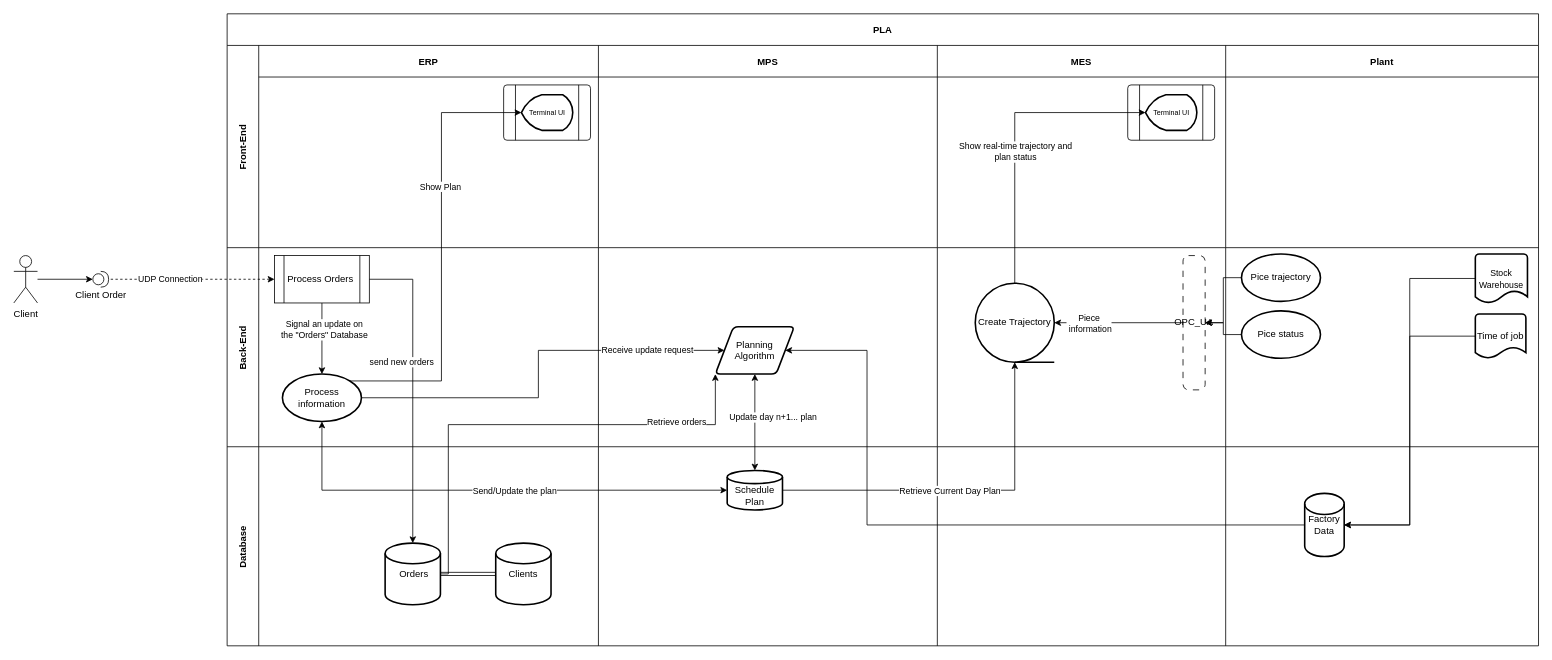
Above: page "Flow-chart" (1 of 8) of PLA_APP_Diagrams.drawio in gpizzigh-bit/Automation-of-a-Production-Line (draw.io), before the change. Source tidied: cells renumbered, new cells numbered last; positions are measured from the earlier drawing's top-left corner, leaving out a move shared by most shapes. Both pictures are drawn from the tidied source at 79%, with x=0, y=0 at pixel (13, 13).
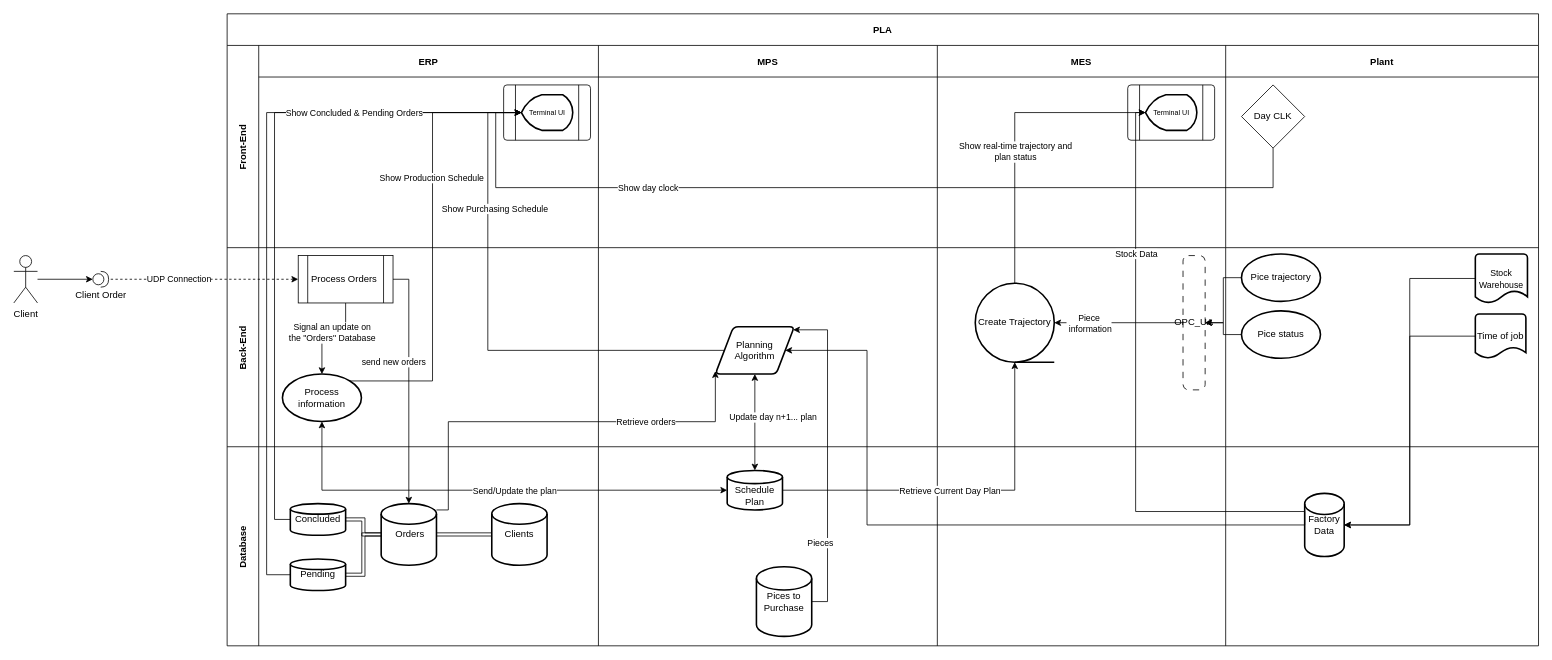
The same page after the edit.

Unchanged cells that the change refers to:
```xml
<mxCell id="2" value="PLA" style="shape=table;childLayout=tableLayout;startSize=40;fillColor=none;fontStyle=1;" parent="1" vertex="1">
  <mxGeometry x="270" width="1660" height="800" as="geometry" />
</mxCell>
<mxCell id="3" value="Front-End" style="shape=tableRow;horizontal=0;swimlaneHead=0;swimlaneBody=0;top=0;left=0;bottom=0;right=0;fillColor=none;startSize=40;fontStyle=1;" parent="2" vertex="1">
  <mxGeometry y="40" width="1660" height="256" as="geometry" />
</mxCell>
<mxCell id="7" value="&lt;font style=&quot;font-size: 9px;&quot;&gt;Terminal UI&lt;/font&gt;" style="strokeWidth=2;html=1;shape=mxgraph.flowchart.display;whiteSpace=wrap;" parent="5" vertex="1">
  <mxGeometry x="22.5" y="12.5" width="65" height="45" as="geometry" />
</mxCell>
<mxCell id="13" value="&lt;font style=&quot;font-size: 9px;&quot;&gt;Terminal UI&lt;/font&gt;" style="strokeWidth=2;html=1;shape=mxgraph.flowchart.display;whiteSpace=wrap;" parent="11" vertex="1">
  <mxGeometry x="22.5" y="12.5" width="65" height="45" as="geometry" />
</mxCell>
<mxCell id="14" value="Plant" style="swimlane;swimlaneHead=0;swimlaneBody=0;fillColor=none;startSize=40;fontStyle=1;" parent="3" vertex="1">
  <mxGeometry x="1264" width="396" height="256" as="geometry" />
</mxCell>
<mxCell id="15" value="Back-End" style="shape=tableRow;horizontal=0;swimlaneHead=0;swimlaneBody=0;top=0;left=0;bottom=0;right=0;fillColor=none;startSize=40;fontStyle=1;" parent="2" vertex="1">
  <mxGeometry y="296" width="1660" height="252" as="geometry" />
</mxCell>
<mxCell id="16" style="swimlane;swimlaneHead=0;swimlaneBody=0;fillColor=none;startSize=0;fontStyle=1;" parent="15" vertex="1">
  <mxGeometry x="40" width="430" height="252" as="geometry" />
</mxCell>
<mxCell id="17" style="edgeStyle=orthogonalEdgeStyle;rounded=0;jettySize=auto;html=1;" parent="16" edge="1" source="19" target="20">
  <mxGeometry relative="1" as="geometry" />
</mxCell>
<mxCell id="20" value="Process information" style="strokeWidth=2;html=1;shape=mxgraph.flowchart.start_1;whiteSpace=wrap;" parent="16" vertex="1">
  <mxGeometry x="30" y="160" width="100" height="60" as="geometry" />
</mxCell>
<mxCell id="21" style="swimlane;swimlaneHead=0;swimlaneBody=0;fillColor=none;startSize=0;fontStyle=1;" parent="15" vertex="1">
  <mxGeometry x="470" width="429" height="252" as="geometry" />
</mxCell>
<mxCell id="22" value="Planning Algorithm" style="shape=parallelogram;html=1;strokeWidth=2;perimeter=parallelogramPerimeter;whiteSpace=wrap;rounded=1;arcSize=12;size=0.23;" parent="21" vertex="1">
  <mxGeometry x="148" y="100" width="100" height="60" as="geometry" />
</mxCell>
<mxCell id="38" style="swimlane;swimlaneHead=0;swimlaneBody=0;fillColor=none;startSize=0;fontStyle=1;" parent="37" vertex="1">
  <mxGeometry x="40" width="430" height="252" as="geometry" />
</mxCell>
<mxCell id="42" style="swimlane;swimlaneHead=0;swimlaneBody=0;fillColor=none;startSize=0;fontStyle=1;" parent="37" vertex="1">
  <mxGeometry x="470" width="429" height="252" as="geometry" />
</mxCell>
<mxCell id="46" value="Factory&lt;br&gt;Data" style="strokeWidth=2;html=1;shape=mxgraph.flowchart.database;whiteSpace=wrap;" parent="45" vertex="1">
  <mxGeometry x="100" y="59" width="50" height="80" as="geometry" />
</mxCell>
```

Change to the diagram source:
```diff
@@
+    <mxCell id="69" value="Day CLK" style="rhombus;whiteSpace=wrap;html=1;" parent="14" vertex="1">
+      <mxGeometry x="20" y="50" width="80" height="80" as="geometry" />
+    </mxCell>
+    <mxCell id="70" style="edgeStyle=orthogonalEdgeStyle;rounded=0;jettySize=auto;html=1;entryX=0;entryY=0.5;entryDx=0;entryDy=0;entryPerimeter=0;exitX=0.5;exitY=1;exitDx=0;exitDy=0;" parent="3" edge="1" source="69" target="7">
+      <mxGeometry relative="1" as="geometry">
+        <Array as="points">
+          <mxPoint x="1324" y="180" />
+          <mxPoint x="340" y="180" />
+          <mxPoint x="340" y="85" />
+        </Array>
+      </mxGeometry>
+    </mxCell>
+    <mxCell id="71" value="Show day clock" style="edgeLabel;html=1;align=center;verticalAlign=middle;" parent="70" vertex="1">
+      <mxGeometry x="0.45" relative="1" as="geometry" />
+    </mxCell>
@@
     <mxCell id="18" value="Signal an update on &lt;br&gt;the &quot;Orders&quot; Database" style="edgeLabel;html=1;align=center;verticalAlign=middle;" parent="17" vertex="1">
-      <mxGeometry x="-0.26" y="2" relative="1" as="geometry" />
+      <mxGeometry x="-0.26" y="2" relative="1" as="geometry">
+        <mxPoint x="-20" y="-7" as="offset" />
+      </mxGeometry>
     </mxCell>
     <mxCell id="19" value="Process Orders&amp;nbsp;" style="shape=process;whiteSpace=wrap;html=1;backgroundOutline=1;" parent="16" vertex="1">
-      <mxGeometry x="20" y="10" width="120" height="60" as="geometry" />
+      <mxGeometry x="50" y="10" width="120" height="60" as="geometry" />
     </mxCell>
@@
+    <mxCell id="62" style="edgeStyle=orthogonalEdgeStyle;rounded=0;orthogonalLoop=1;jettySize=auto;html=1;exitX=0;exitY=1;exitDx=0;exitDy=0;startArrow=classic;startFill=1;endArrow=none;endFill=0;entryX=1;entryY=0.15;entryDx=0;entryDy=0;entryPerimeter=0;" parent="21" edge="1">
+      <mxGeometry relative="1" as="geometry">
+        <mxPoint x="148" y="156.3" as="sourcePoint" />
+        <mxPoint x="-205" y="332" as="targetPoint" />
+        <Array as="points">
+          <mxPoint x="148" y="220.3" />
+          <mxPoint x="-190" y="220.3" />
+          <mxPoint x="-190" y="332.3" />
+        </Array>
+      </mxGeometry>
+    </mxCell>
+    <mxCell id="63" value="Retrieve orders" style="edgeLabel;html=1;align=center;verticalAlign=middle;" parent="62" vertex="1">
+      <mxGeometry x="-0.32" y="1" relative="1" as="geometry">
+        <mxPoint x="27" y="-1" as="offset" />
+      </mxGeometry>
+    </mxCell>
@@
-    <mxCell id="33" style="edgeStyle=orthogonalEdgeStyle;rounded=0;jettySize=auto;html=1;startArrow=none;startFill=0;" parent="15" edge="1" source="20" target="22">
-      <mxGeometry relative="1" as="geometry" />
-    </mxCell>
-    <mxCell id="34" value="Receive update request" style="edgeLabel;html=1;align=center;verticalAlign=middle;" parent="33" vertex="1">
-      <mxGeometry x="0.62" y="1" relative="1" as="geometry" />
-    </mxCell>
@@
+    <mxCell id="72" style="edgeStyle=orthogonalEdgeStyle;rounded=0;jettySize=auto;html=1;shape=link;" parent="38" edge="1" source="40" target="74">
+      <mxGeometry relative="1" as="geometry" />
+    </mxCell>
+    <mxCell id="73" style="edgeStyle=orthogonalEdgeStyle;rounded=0;jettySize=auto;html=1;entryX=1;entryY=0.5;entryDx=0;entryDy=0;entryPerimeter=0;shape=link;" parent="38" edge="1" source="40" target="75">
+      <mxGeometry relative="1" as="geometry" />
+    </mxCell>
     <mxCell id="40" value="&amp;nbsp;Orders" style="strokeWidth=2;html=1;shape=mxgraph.flowchart.database;whiteSpace=wrap;" parent="38" vertex="1">
-      <mxGeometry x="160" y="122" width="70" height="78" as="geometry" />
+      <mxGeometry x="155" y="72" width="70" height="78" as="geometry" />
     </mxCell>
     <mxCell id="41" value="Clients" style="strokeWidth=2;html=1;shape=mxgraph.flowchart.database;whiteSpace=wrap;" parent="38" vertex="1">
-      <mxGeometry x="300" y="122" width="70" height="78" as="geometry" />
+      <mxGeometry x="295" y="72" width="70" height="78" as="geometry" />
     </mxCell>
+    <mxCell id="74" value="Concluded" style="strokeWidth=2;html=1;shape=mxgraph.flowchart.database;whiteSpace=wrap;" parent="38" vertex="1">
+      <mxGeometry x="40" y="72" width="70" height="40" as="geometry" />
+    </mxCell>
+    <mxCell id="75" value="Pending" style="strokeWidth=2;html=1;shape=mxgraph.flowchart.database;whiteSpace=wrap;" parent="38" vertex="1">
+      <mxGeometry x="40" y="142" width="70" height="40" as="geometry" />
+    </mxCell>
@@
+    <mxCell id="76" value="Pices to Purchase" style="strokeWidth=2;html=1;shape=mxgraph.flowchart.database;whiteSpace=wrap;" parent="42" vertex="1">
+      <mxGeometry x="200" y="152" width="70" height="88" as="geometry" />
+    </mxCell>
@@
     <mxCell id="54" style="edgeStyle=orthogonalEdgeStyle;rounded=0;jettySize=auto;html=1;exitX=0.855;exitY=0.145;exitDx=0;exitDy=0;exitPerimeter=0;entryX=0;entryY=0.5;entryDx=0;entryDy=0;entryPerimeter=0;" parent="2" edge="1" source="20" target="7">
-      <mxGeometry relative="1" as="geometry" />
+      <mxGeometry relative="1" as="geometry">
+        <Array as="points">
+          <mxPoint x="260" y="465" />
+          <mxPoint x="260" y="125" />
+        </Array>
+      </mxGeometry>
     </mxCell>
-    <mxCell id="55" value="Show Plan" style="edgeLabel;html=1;align=center;verticalAlign=middle;" parent="54" vertex="1">
+    <mxCell id="55" value="Show Production Schedule" style="edgeLabel;html=1;align=center;verticalAlign=middle;" parent="54" vertex="1">
       <mxGeometry x="0.3" y="2" relative="1" as="geometry" />
     </mxCell>
@@
     <mxCell id="60" style="edgeStyle=orthogonalEdgeStyle;rounded=0;jettySize=auto;html=1;" parent="2" edge="1" source="19" target="40">
-      <mxGeometry relative="1" as="geometry" />
+      <mxGeometry relative="1" as="geometry">
+        <Array as="points">
+          <mxPoint x="230" y="336" />
+        </Array>
+      </mxGeometry>
     </mxCell>
     <mxCell id="61" value="send new orders" style="edgeLabel;html=1;align=center;verticalAlign=middle;" parent="60" vertex="1">
       <mxGeometry x="-0.34" relative="1" as="geometry">
-        <mxPoint x="-15" y="31" as="offset" />
+        <mxPoint x="-20" y="24" as="offset" />
       </mxGeometry>
     </mxCell>
-    <mxCell id="62" style="edgeStyle=orthogonalEdgeStyle;rounded=0;jettySize=auto;html=1;exitX=0;exitY=1;exitDx=0;exitDy=0;startArrow=classic;startFill=1;endArrow=none;endFill=0;" parent="2" edge="1" source="22" target="40">
-      <mxGeometry relative="1" as="geometry">
-        <Array as="points">
-          <mxPoint x="618" y="520" />
-          <mxPoint x="280" y="520" />
-          <mxPoint x="280" y="709" />
-        </Array>
-      </mxGeometry>
-    </mxCell>
-    <mxCell id="63" value="Retrieve orders" style="edgeLabel;html=1;align=center;verticalAlign=middle;" parent="62" vertex="1">
-      <mxGeometry x="-0.32" y="1" relative="1" as="geometry">
-        <mxPoint x="90" y="-5" as="offset" />
-      </mxGeometry>
-    </mxCell>
+    <mxCell id="77" style="edgeStyle=orthogonalEdgeStyle;rounded=0;jettySize=auto;html=1;entryX=1;entryY=0.5;entryDx=0;entryDy=0;entryPerimeter=0;startArrow=classic;startFill=1;endArrow=none;endFill=0;" parent="2" edge="1" source="22" target="76">
+      <mxGeometry relative="1" as="geometry">
+        <Array as="points">
+          <mxPoint x="760" y="400" />
+        </Array>
+      </mxGeometry>
+    </mxCell>
+    <mxCell id="78" value="Pieces" style="edgeLabel;html=1;align=center;verticalAlign=middle;" parent="77" vertex="1">
+      <mxGeometry x="0.29" y="2" relative="1" as="geometry">
+        <mxPoint x="-12" y="50" as="offset" />
+      </mxGeometry>
+    </mxCell>
+    <mxCell id="79" style="edgeStyle=orthogonalEdgeStyle;rounded=0;jettySize=auto;html=1;startArrow=classic;startFill=1;endArrow=none;endFill=0;entryX=0;entryY=0.5;entryDx=0;entryDy=0;entryPerimeter=0;" parent="2" edge="1" source="13" target="46">
+      <mxGeometry relative="1" as="geometry">
+        <Array as="points">
+          <mxPoint x="1150" y="125" />
+          <mxPoint x="1150" y="630" />
+          <mxPoint x="1364" y="630" />
+        </Array>
+      </mxGeometry>
+    </mxCell>
+    <mxCell id="80" value="Stock Data" style="edgeLabel;html=1;align=center;verticalAlign=middle;" parent="79" vertex="1">
+      <mxGeometry x="-0.49" relative="1" as="geometry" />
+    </mxCell>
+    <mxCell id="81" style="edgeStyle=orthogonalEdgeStyle;rounded=0;jettySize=auto;html=1;entryX=0;entryY=0.5;entryDx=0;entryDy=0;entryPerimeter=0;" parent="2" edge="1" source="22" target="7">
+      <mxGeometry relative="1" as="geometry">
+        <Array as="points">
+          <mxPoint x="330" y="426" />
+          <mxPoint x="330" y="125" />
+        </Array>
+      </mxGeometry>
+    </mxCell>
+    <mxCell id="82" value="Show Purchasing Schedule" style="edgeLabel;html=1;align=center;verticalAlign=middle;" parent="81" vertex="1">
+      <mxGeometry x="0.64" y="2" relative="1" as="geometry">
+        <mxPoint x="10" y="48" as="offset" />
+      </mxGeometry>
+    </mxCell>
+    <mxCell id="83" style="edgeStyle=orthogonalEdgeStyle;rounded=0;jettySize=auto;html=1;entryX=0;entryY=0.5;entryDx=0;entryDy=0;entryPerimeter=0;" parent="2" edge="1" source="74" target="7">
+      <mxGeometry relative="1" as="geometry">
+        <Array as="points">
+          <mxPoint x="60" y="640" />
+          <mxPoint x="60" y="125" />
+        </Array>
+      </mxGeometry>
+    </mxCell>
+    <mxCell id="84" style="edgeStyle=orthogonalEdgeStyle;rounded=0;jettySize=auto;html=1;entryX=0;entryY=0.5;entryDx=0;entryDy=0;entryPerimeter=0;" parent="2" edge="1" source="75" target="7">
+      <mxGeometry relative="1" as="geometry">
+        <Array as="points">
+          <mxPoint x="50" y="710" />
+          <mxPoint x="50" y="125" />
+        </Array>
+      </mxGeometry>
+    </mxCell>
+    <mxCell id="85" value="Show Concluded &amp;amp; Pending Orders" style="edgeLabel;html=1;align=center;verticalAlign=middle;" parent="84" vertex="1">
+      <mxGeometry x="0.49" relative="1" as="geometry">
+        <mxPoint x="27" as="offset" />
+      </mxGeometry>
+    </mxCell>
```
